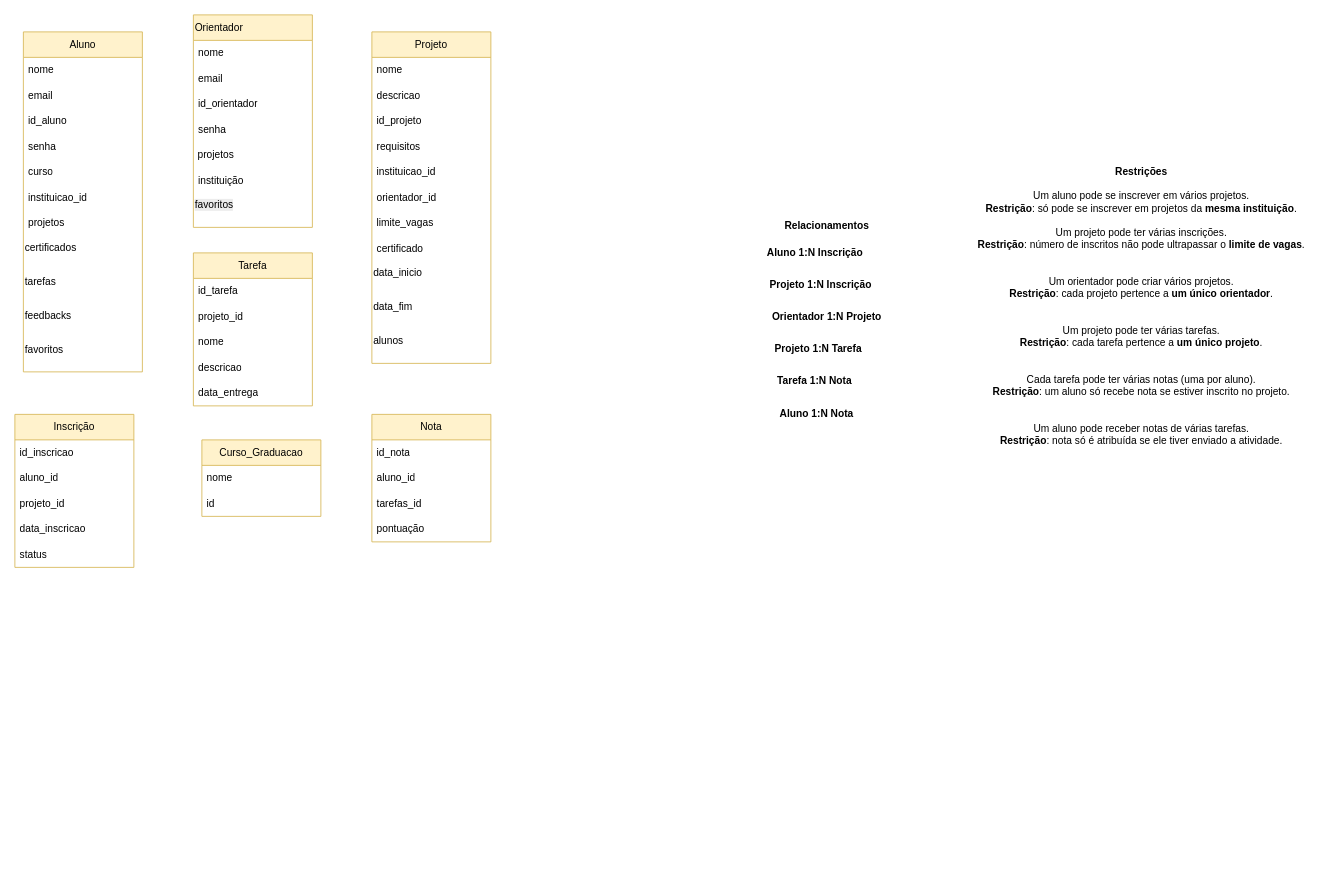
Above: page "Entidades e Restrições" (4 of 5) of Sprint2/Sprint2.drawio in BabiDoo/TI2-GRUPO25 (draw.io), before the change. Source tidied: cells renumbered, new cells numbered last; positions are measured from the earlier drawing's top-left corner, leaving out a move shared by most shapes. Both pictures are drawn from the tidied source at 85%, with x=0, y=0 at pixel (14, 14).
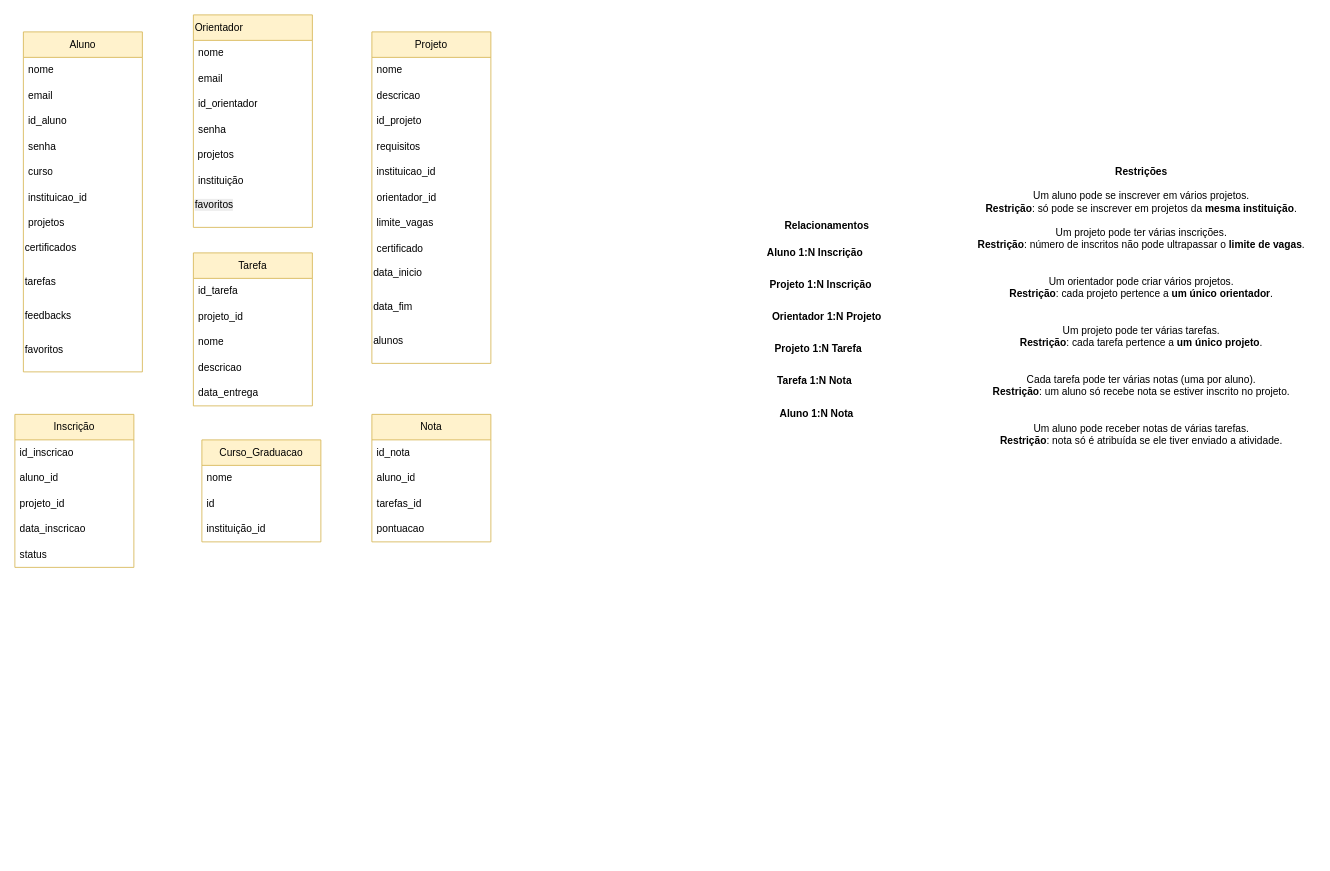
The same diagram, later.

Unchanged cells that the change refers to:
```xml
<mxCell id="14" value="Nota" style="swimlane;fontStyle=0;horizontal=1;startSize=30;whiteSpace=wrap;html=1;fillColor=#fff2cc;strokeColor=#d6b656;" parent="1" vertex="1">
  <mxGeometry x="420" y="470" width="140" height="150" as="geometry" />
</mxCell>
```

What changed in the source:
```diff
@@
-    <mxCell id="18" value="pontuação" style="text;strokeColor=none;fillColor=none;align=left;verticalAlign=middle;spacingLeft=4;spacingRight=4;overflow=hidden;whiteSpace=wrap;html=1;" parent="14" vertex="1">
+    <mxCell id="18" value="pontuacao" style="text;strokeColor=none;fillColor=none;align=left;verticalAlign=middle;spacingLeft=4;spacingRight=4;overflow=hidden;whiteSpace=wrap;html=1;" parent="14" vertex="1">
       <mxGeometry y="120" width="140" height="30" as="geometry" />
     </mxCell>
@@
     <mxCell id="53" value="Curso_Graduacao" style="swimlane;fontStyle=0;horizontal=1;startSize=30;whiteSpace=wrap;html=1;fillColor=#fff2cc;strokeColor=#d6b656;" parent="1" vertex="1">
-      <mxGeometry x="220" y="500" width="140" height="90" as="geometry" />
+      <mxGeometry x="220" y="500" width="140" height="120" as="geometry" />
     </mxCell>
@@
+    <mxCell id="56" value="instituição_id" style="text;strokeColor=none;fillColor=none;align=left;verticalAlign=middle;spacingLeft=4;spacingRight=4;overflow=hidden;whiteSpace=wrap;html=1;" parent="53" vertex="1">
+      <mxGeometry y="90" width="140" height="30" as="geometry" />
+    </mxCell>
```
